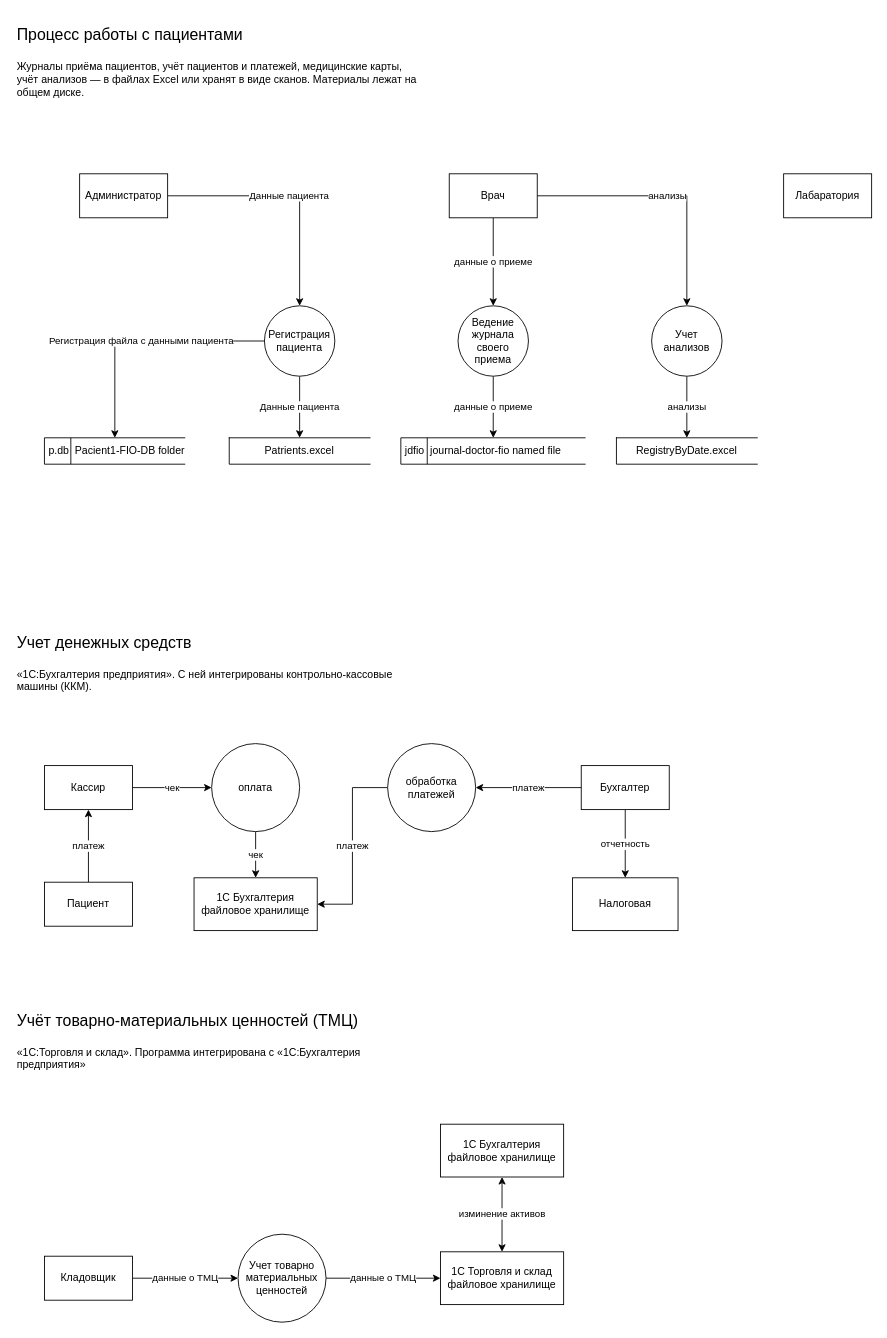
The draw.io diagram Task1/data-flow-diagram.drawio in chaos-adept/architecture-medikamente, before the edit. Source tidied: cells renumbered, new cells numbered last; positions are measured from the earlier drawing's top-left corner, leaving out a move shared by most shapes. Both pictures are drawn from the tidied source at 88%, with x=0, y=0 at pixel (15, 15).
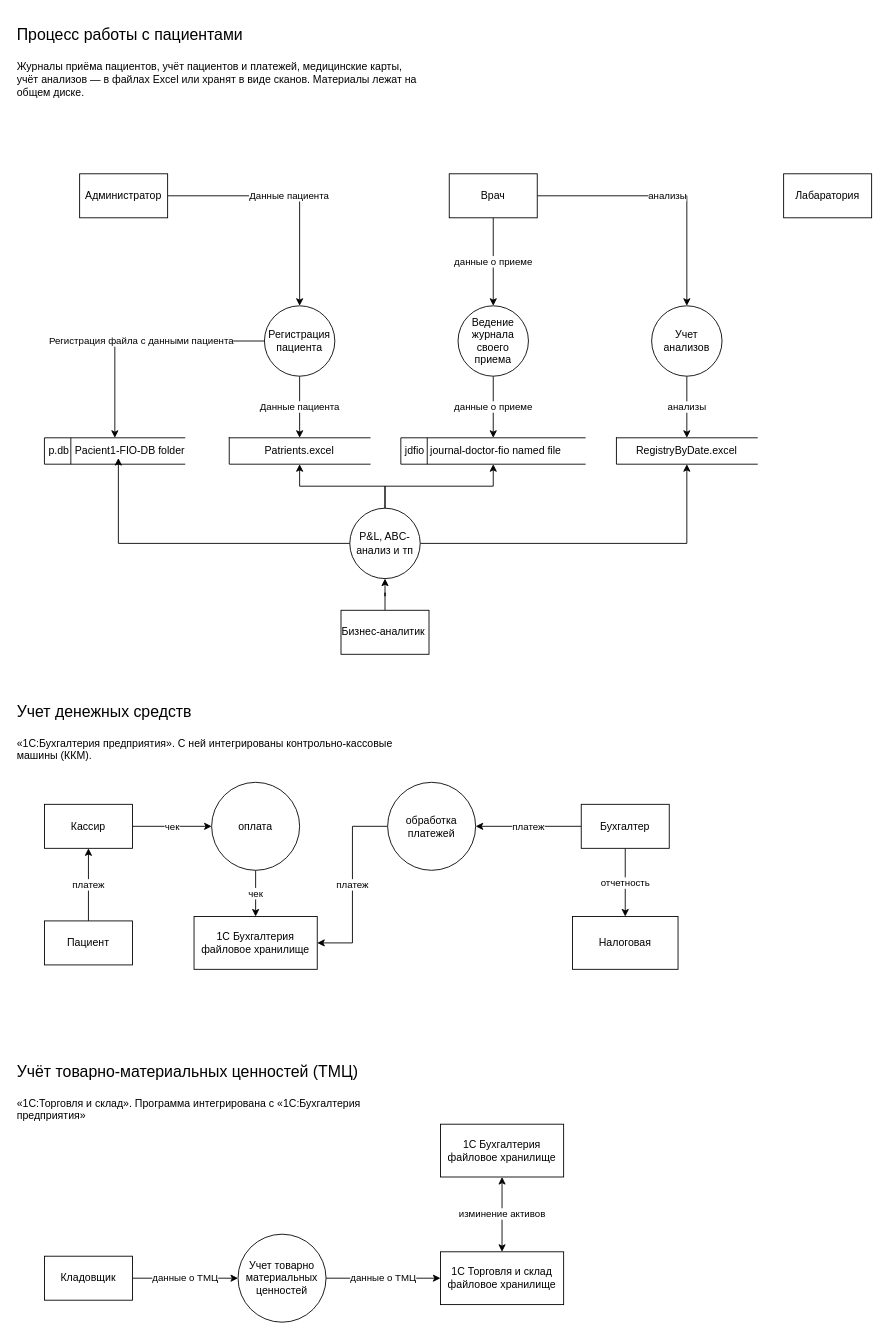
After the change.

Commit message (it also covers changes not shown here):
добавлена информация по аналитику

Unchanged cells that the change refers to:
```xml
<mxCell id="27" value="Patrients.excel" style="html=1;dashed=0;whiteSpace=wrap;shape=partialRectangle;right=0;" parent="1" vertex="1">
  <mxGeometry x="243" y="480" width="160" height="30" as="geometry" />
</mxCell>
<mxCell id="28" value="p.db&amp;nbsp; Pacient1-FIO-DB folder" style="html=1;dashed=0;whiteSpace=wrap;shape=mxgraph.dfd.dataStoreID;align=left;spacingLeft=3;points=[[0,0],[0.5,0],[1,0],[0,0.5],[1,0.5],[0,1],[0.5,1],[1,1]];" parent="1" vertex="1">
  <mxGeometry x="33" y="480" width="160" height="30" as="geometry" />
</mxCell>
<mxCell id="29" value="jdfio&amp;nbsp; journal-doctor-fio named file" style="html=1;dashed=0;whiteSpace=wrap;shape=mxgraph.dfd.dataStoreID;align=left;spacingLeft=3;points=[[0,0],[0.5,0],[1,0],[0,0.5],[1,0.5],[0,1],[0.5,1],[1,1]];" parent="1" vertex="1">
  <mxGeometry x="438" y="480" width="210" height="30" as="geometry" />
</mxCell>
<mxCell id="30" value="RegistryByDate.excel" style="html=1;dashed=0;whiteSpace=wrap;shape=partialRectangle;right=0;" parent="1" vertex="1">
  <mxGeometry x="683" y="480" width="160" height="30" as="geometry" />
</mxCell>
```

What changed in the source:
```diff
@@
     <mxCell id="9" value="Бухгалтер" style="html=1;dashed=0;whiteSpace=wrap;" parent="1" vertex="1">
-      <mxGeometry x="643" y="852.5" width="100" height="50" as="geometry" />
+      <mxGeometry x="643" y="896.5" width="100" height="50" as="geometry" />
     </mxCell>
@@
     <mxCell id="13" value="Пациент" style="html=1;dashed=0;whiteSpace=wrap;" parent="1" vertex="1">
-      <mxGeometry x="33" y="985" width="100" height="50" as="geometry" />
+      <mxGeometry x="33" y="1029" width="100" height="50" as="geometry" />
     </mxCell>
@@
     <mxCell id="21" value="оплата" style="shape=ellipse;html=1;dashed=0;whiteSpace=wrap;perimeter=ellipsePerimeter;" parent="1" vertex="1">
-      <mxGeometry x="223" y="827.5" width="100" height="100" as="geometry" />
+      <mxGeometry x="223" y="871.5" width="100" height="100" as="geometry" />
     </mxCell>
@@
     <mxCell id="31" value="&lt;h1 style=&quot;margin-top: 0px;&quot;&gt;&lt;span style=&quot;text-align: center; background-color: transparent; font-weight: normal; font-size: 18px; color: light-dark(rgb(0, 0, 0), rgb(255, 255, 255));&quot;&gt;Учет денежных средств&amp;nbsp;&lt;/span&gt;&lt;/h1&gt;&lt;p&gt;«1С:Бухгалтерия предприятия». С ней интегрированы контрольно-кассовые машины (ККМ).&lt;/p&gt;" style="text;html=1;whiteSpace=wrap;overflow=hidden;rounded=0;" parent="1" vertex="1">
-      <mxGeometry y="690" width="460" height="100" as="geometry" />
+      <mxGeometry y="769" width="460" height="100" as="geometry" />
     </mxCell>
@@
     <mxCell id="33" value="Кассир" style="html=1;dashed=0;whiteSpace=wrap;" parent="1" vertex="1">
-      <mxGeometry x="33" y="852.5" width="100" height="50" as="geometry" />
+      <mxGeometry x="33" y="896.5" width="100" height="50" as="geometry" />
     </mxCell>
     <mxCell id="34" value="1С Бухгалтерия&lt;br&gt;файловое хранилище" style="html=1;dashed=0;whiteSpace=wrap;" parent="1" vertex="1">
-      <mxGeometry x="203" y="980" width="140" height="60" as="geometry" />
+      <mxGeometry x="203" y="1024" width="140" height="60" as="geometry" />
     </mxCell>
@@
     <mxCell id="36" value="обработка платежей" style="shape=ellipse;html=1;dashed=0;whiteSpace=wrap;perimeter=ellipsePerimeter;" parent="1" vertex="1">
-      <mxGeometry x="423" y="827.5" width="100" height="100" as="geometry" />
+      <mxGeometry x="423" y="871.5" width="100" height="100" as="geometry" />
     </mxCell>
     <mxCell id="37" value="Налоговая" style="rounded=0;whiteSpace=wrap;html=1;" parent="1" vertex="1">
-      <mxGeometry x="633" y="980" width="120" height="60" as="geometry" />
+      <mxGeometry x="633" y="1024" width="120" height="60" as="geometry" />
     </mxCell>
     <mxCell id="38" value="&lt;h1 style=&quot;margin-top: 0px;&quot;&gt;&lt;span style=&quot;text-align: center; background-color: transparent;&quot;&gt;&lt;span style=&quot;font-size: 18px; font-weight: 400;&quot;&gt;Учёт товарно-материальных ценностей (ТМЦ)&lt;/span&gt;&lt;font color=&quot;rgba(0, 0, 0, 0)&quot;&gt;&lt;span style=&quot;font-size: 18px; font-weight: normal;&quot;&gt;&amp;nbsp;&lt;/span&gt;&lt;/font&gt;&lt;/span&gt;&lt;/h1&gt;&lt;p&gt;«1С:Торговля и склад». Программа интегрирована с «1С:Бухгалтерия предприятия»&lt;/p&gt;" style="text;html=1;whiteSpace=wrap;overflow=hidden;rounded=0;" parent="1" vertex="1">
-      <mxGeometry y="1120" width="460" height="100" as="geometry" />
+      <mxGeometry y="1178" width="460" height="100" as="geometry" />
     </mxCell>
@@
+    <mxCell id="42" style="edgeStyle=orthogonalEdgeStyle;rounded=0;jettySize=auto;html=1;" parent="1" edge="1" source="45" target="27">
+      <mxGeometry relative="1" as="geometry" />
+    </mxCell>
+    <mxCell id="43" style="edgeStyle=orthogonalEdgeStyle;rounded=0;jettySize=auto;html=1;" parent="1" edge="1" source="45" target="29">
+      <mxGeometry relative="1" as="geometry" />
+    </mxCell>
+    <mxCell id="44" style="edgeStyle=orthogonalEdgeStyle;rounded=0;jettySize=auto;html=1;" parent="1" edge="1" source="45" target="30">
+      <mxGeometry relative="1" as="geometry" />
+    </mxCell>
+    <mxCell id="45" value="P&amp;amp;L, ABC-анализ и тп" style="shape=ellipse;html=1;dashed=0;whiteSpace=wrap;perimeter=ellipsePerimeter;" parent="1" vertex="1">
+      <mxGeometry x="380" y="560" width="80" height="80" as="geometry" />
+    </mxCell>
+    <mxCell id="46" style="edgeStyle=orthogonalEdgeStyle;rounded=0;jettySize=auto;html=1;" parent="1" edge="1" source="47" target="45">
+      <mxGeometry relative="1" as="geometry" />
+    </mxCell>
+    <mxCell id="47" value="Бизнес-аналитик&amp;nbsp;" style="html=1;dashed=0;whiteSpace=wrap;" parent="1" vertex="1">
+      <mxGeometry x="370" y="676" width="100" height="50" as="geometry" />
+    </mxCell>
+    <mxCell id="48" style="edgeStyle=orthogonalEdgeStyle;rounded=0;jettySize=auto;html=1;entryX=0.525;entryY=0.767;entryDx=0;entryDy=0;entryPerimeter=0;" parent="1" edge="1" source="45" target="28">
+      <mxGeometry relative="1" as="geometry" />
+    </mxCell>
```
